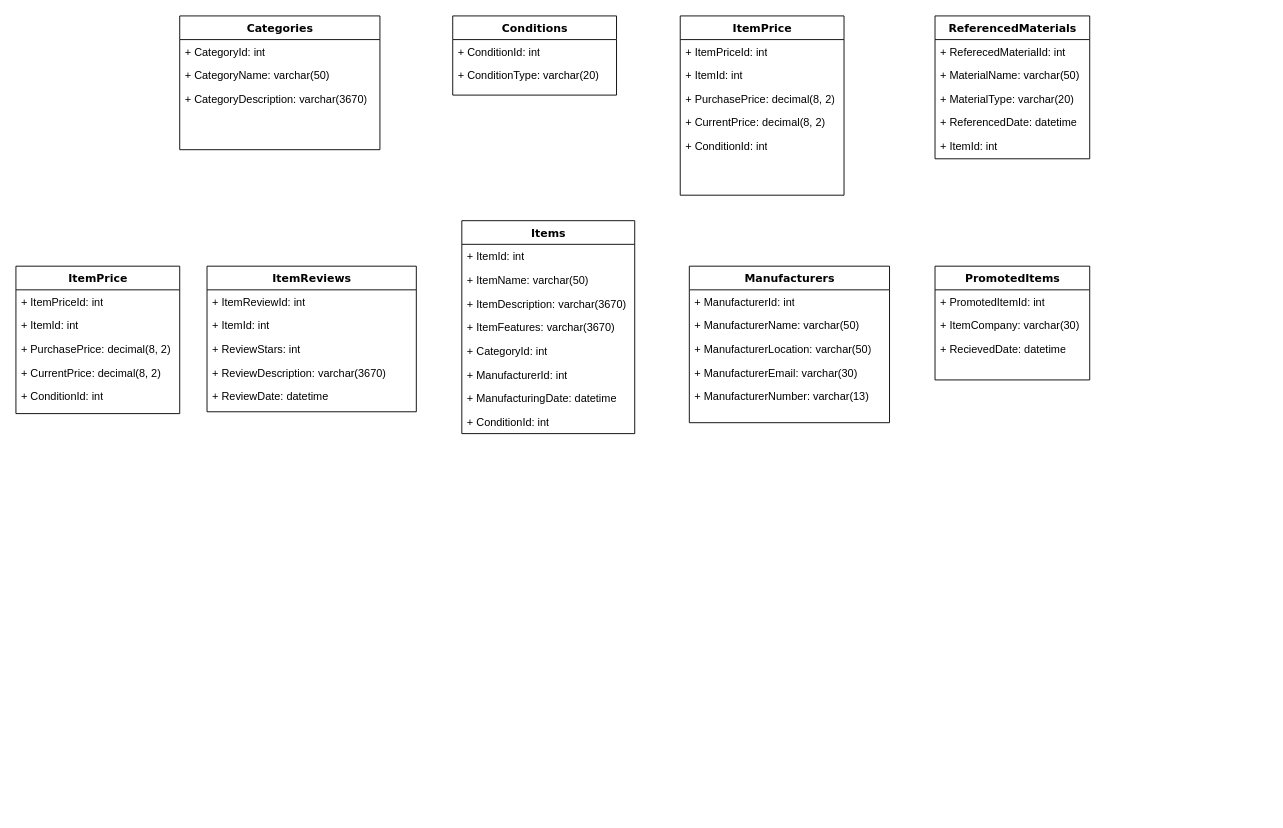
Above: physicalModel.drawio in maulikpadsala/CambrianGitDemoW21 (draw.io), before the change. Source tidied: cells renumbered, new cells numbered last; positions are measured from the earlier drawing's top-left corner, leaving out a move shared by most shapes. Both pictures are drawn from the tidied source at 91%, with x=0, y=0 at pixel (15, 15).
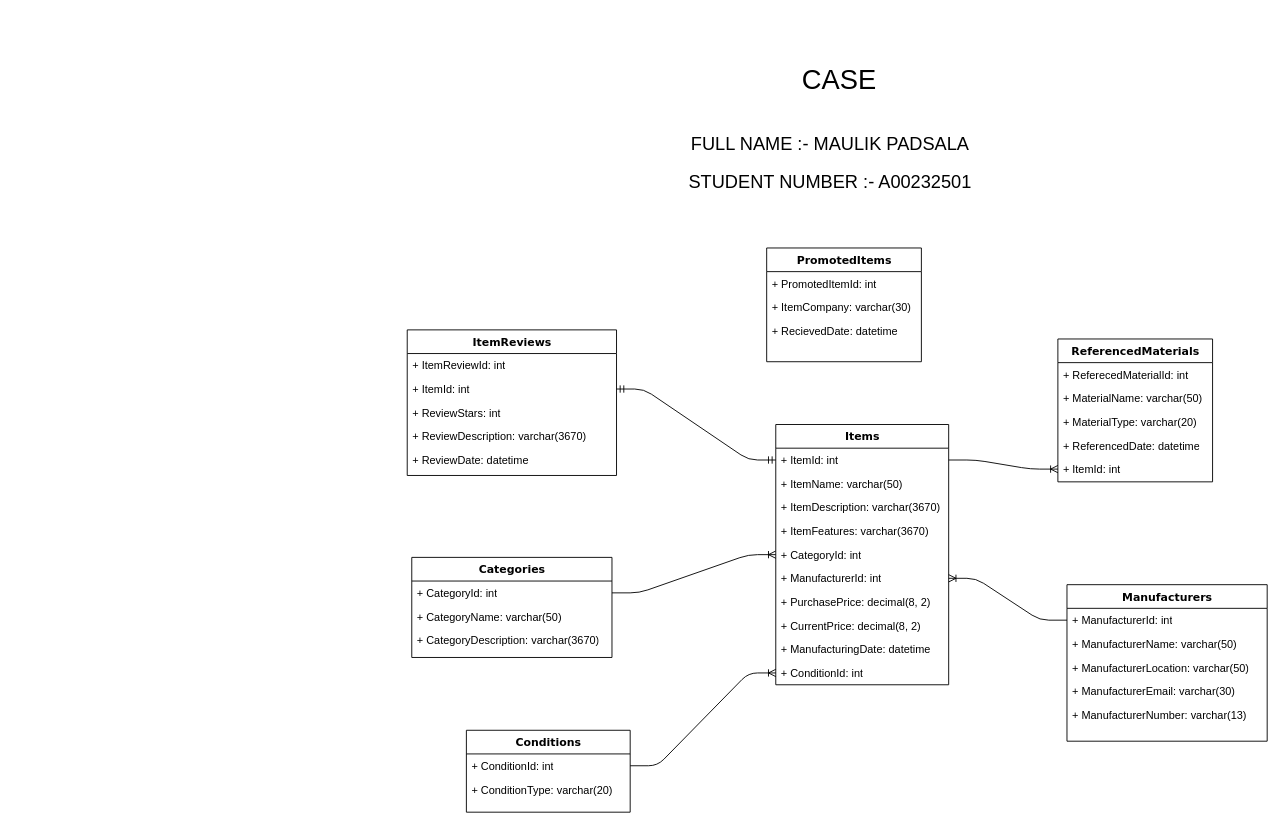
The same page after the edit.

The change refers to these unchanged cells:
```xml
<mxCell id="7" value="+ ItemId: int" style="text;html=1;strokeColor=none;fillColor=none;align=left;verticalAlign=top;spacingLeft=4;spacingRight=4;whiteSpace=wrap;overflow=hidden;points=[[0,0.5],[1,0.5]];portConstraint=eastwest;" parent="2" vertex="1">
  <mxGeometry y="130" width="170" height="26" as="geometry" />
</mxCell>
<mxCell id="9" value="+ ConditionId: int" style="text;html=1;strokeColor=none;fillColor=none;align=left;verticalAlign=top;spacingLeft=4;spacingRight=4;whiteSpace=wrap;overflow=hidden;points=[[0,0.5],[1,0.5]];portConstraint=eastwest;" parent="8" vertex="1">
  <mxGeometry y="26" width="180" height="26" as="geometry" />
</mxCell>
<mxCell id="25" value="+ ItemId: int" style="text;html=1;strokeColor=none;fillColor=none;align=left;verticalAlign=top;spacingLeft=4;spacingRight=4;whiteSpace=wrap;overflow=hidden;points=[[0,0.5],[1,0.5]];portConstraint=eastwest;" parent="23" vertex="1">
  <mxGeometry y="52" width="230" height="26" as="geometry" />
</mxCell>
<mxCell id="30" value="+ ItemId: int" style="text;html=1;strokeColor=none;fillColor=none;align=left;verticalAlign=top;spacingLeft=4;spacingRight=4;whiteSpace=wrap;overflow=hidden;points=[[0,0.5],[1,0.5]];portConstraint=eastwest;" parent="29" vertex="1">
  <mxGeometry y="26" width="190" height="26" as="geometry" />
</mxCell>
<mxCell id="34" value="+ CategoryId: int" style="text;html=1;strokeColor=none;fillColor=none;align=left;verticalAlign=top;spacingLeft=4;spacingRight=4;whiteSpace=wrap;overflow=hidden;points=[[0,0.5],[1,0.5]];portConstraint=eastwest;" parent="29" vertex="1">
  <mxGeometry y="130" width="190" height="26" as="geometry" />
</mxCell>
<mxCell id="35" value="+ ManufacturerId: int" style="text;html=1;strokeColor=none;fillColor=none;align=left;verticalAlign=top;spacingLeft=4;spacingRight=4;whiteSpace=wrap;overflow=hidden;points=[[0,0.5],[1,0.5]];portConstraint=eastwest;" parent="29" vertex="1">
  <mxGeometry y="156" width="190" height="26" as="geometry" />
</mxCell>
<mxCell id="39" value="+ ManufacturerId: int" style="text;html=1;strokeColor=none;fillColor=none;align=left;verticalAlign=top;spacingLeft=4;spacingRight=4;whiteSpace=wrap;overflow=hidden;points=[[0,0.5],[1,0.5]];portConstraint=eastwest;" parent="38" vertex="1">
  <mxGeometry y="26" width="220" height="26" as="geometry" />
</mxCell>
<mxCell id="49" value="+ CategoryId: int" style="text;html=1;strokeColor=none;fillColor=none;align=left;verticalAlign=top;spacingLeft=4;spacingRight=4;whiteSpace=wrap;overflow=hidden;points=[[0,0.5],[1,0.5]];portConstraint=eastwest;" parent="48" vertex="1">
  <mxGeometry y="26" width="220" height="26" as="geometry" />
</mxCell>
```

What changed in the source:
```diff
@@
     <mxCell id="2" value="ReferencedMaterials" style="swimlane;html=1;fontStyle=1;align=center;verticalAlign=top;horizontal=1;startSize=26;swimlaneFillColor=#ffffff;rounded=0;shadow=0;comic=0;labelBackgroundColor=none;strokeWidth=1;fillColor=none;fontFamily=Verdana;fontSize=12;" parent="1" vertex="1">
-      <mxGeometry x="1010" width="170" height="157" as="geometry" />
+      <mxGeometry x="1145" y="355" width="170" height="157" as="geometry" />
     </mxCell>
@@
     <mxCell id="8" value="Conditions" style="swimlane;html=1;fontStyle=1;align=center;verticalAlign=top;horizontal=1;startSize=26;swimlaneFillColor=#ffffff;rounded=0;shadow=0;comic=0;labelBackgroundColor=none;strokeWidth=1;fillColor=none;fontFamily=Verdana;fontSize=12;" parent="1" vertex="1">
-      <mxGeometry x="480" width="180" height="87" as="geometry" />
+      <mxGeometry x="495" y="785" width="180" height="90" as="geometry" />
     </mxCell>
@@
-    <mxCell id="11" value="ItemPrice" style="swimlane;html=1;fontStyle=1;align=center;verticalAlign=top;horizontal=1;startSize=26;swimlaneFillColor=#ffffff;rounded=0;shadow=0;comic=0;labelBackgroundColor=none;strokeWidth=1;fillColor=none;fontFamily=Verdana;fontSize=12;" parent="1" vertex="1">
-      <mxGeometry x="730" width="180" height="197" as="geometry" />
-    </mxCell>
-    <mxCell id="12" value="+ ItemPriceId: int" style="text;html=1;strokeColor=none;fillColor=none;align=left;verticalAlign=top;spacingLeft=4;spacingRight=4;whiteSpace=wrap;overflow=hidden;" parent="11" vertex="1">
-      <mxGeometry y="26" width="180" height="26" as="geometry" />
-    </mxCell>
-    <mxCell id="13" value="+ ItemId: int" style="text;html=1;strokeColor=none;fillColor=none;align=left;verticalAlign=top;spacingLeft=4;spacingRight=4;whiteSpace=wrap;overflow=hidden;" parent="11" vertex="1">
-      <mxGeometry y="52" width="180" height="26" as="geometry" />
-    </mxCell>
-    <mxCell id="14" value="+ PurchasePrice: decimal(8, 2)" style="text;html=1;strokeColor=none;fillColor=none;align=left;verticalAlign=top;spacingLeft=4;spacingRight=4;whiteSpace=wrap;overflow=hidden;" parent="11" vertex="1">
-      <mxGeometry y="78" width="180" height="26" as="geometry" />
-    </mxCell>
-    <mxCell id="15" value="+ CurrentPrice: decimal(8, 2)" style="text;html=1;strokeColor=none;fillColor=none;align=left;verticalAlign=top;spacingLeft=4;spacingRight=4;whiteSpace=wrap;overflow=hidden;" parent="11" vertex="1">
-      <mxGeometry y="104" width="180" height="26" as="geometry" />
-    </mxCell>
-    <mxCell id="16" value="+ ConditionId: int" style="text;html=1;strokeColor=none;fillColor=none;align=left;verticalAlign=top;spacingLeft=4;spacingRight=4;whiteSpace=wrap;overflow=hidden;" parent="11" vertex="1">
-      <mxGeometry y="130" width="180" height="26" as="geometry" />
-    </mxCell>
-    <mxCell id="17" value="ItemPrice" style="swimlane;html=1;fontStyle=1;align=center;verticalAlign=top;horizontal=1;startSize=26;swimlaneFillColor=#ffffff;rounded=0;shadow=0;comic=0;labelBackgroundColor=none;strokeWidth=1;fillColor=none;fontFamily=Verdana;fontSize=12;" parent="1" vertex="1">
-      <mxGeometry y="275" width="180" height="162" as="geometry" />
-    </mxCell>
-    <mxCell id="18" value="+ ItemPriceId: int" style="text;html=1;strokeColor=none;fillColor=none;align=left;verticalAlign=top;spacingLeft=4;spacingRight=4;whiteSpace=wrap;overflow=hidden;" parent="17" vertex="1">
-      <mxGeometry y="26" width="180" height="26" as="geometry" />
-    </mxCell>
-    <mxCell id="19" value="+ ItemId: int" style="text;html=1;strokeColor=none;fillColor=none;align=left;verticalAlign=top;spacingLeft=4;spacingRight=4;whiteSpace=wrap;overflow=hidden;" parent="17" vertex="1">
-      <mxGeometry y="52" width="180" height="26" as="geometry" />
-    </mxCell>
-    <mxCell id="20" value="+ PurchasePrice: decimal(8, 2)" style="text;html=1;strokeColor=none;fillColor=none;align=left;verticalAlign=top;spacingLeft=4;spacingRight=4;whiteSpace=wrap;overflow=hidden;" parent="17" vertex="1">
-      <mxGeometry y="78" width="180" height="26" as="geometry" />
-    </mxCell>
-    <mxCell id="21" value="+ CurrentPrice: decimal(8, 2)" style="text;html=1;strokeColor=none;fillColor=none;align=left;verticalAlign=top;spacingLeft=4;spacingRight=4;whiteSpace=wrap;overflow=hidden;" parent="17" vertex="1">
-      <mxGeometry y="104" width="180" height="26" as="geometry" />
-    </mxCell>
-    <mxCell id="22" value="+ ConditionId: int" style="text;html=1;strokeColor=none;fillColor=none;align=left;verticalAlign=top;spacingLeft=4;spacingRight=4;whiteSpace=wrap;overflow=hidden;" parent="17" vertex="1">
-      <mxGeometry y="130" width="180" height="26" as="geometry" />
-    </mxCell>
     <mxCell id="23" value="ItemReviews" style="swimlane;html=1;fontStyle=1;align=center;verticalAlign=top;horizontal=1;startSize=26;swimlaneFillColor=#ffffff;rounded=0;shadow=0;comic=0;labelBackgroundColor=none;strokeWidth=1;fillColor=none;fontFamily=Verdana;fontSize=12;" parent="1" vertex="1">
-      <mxGeometry x="210" y="275" width="230" height="160" as="geometry" />
+      <mxGeometry x="430" y="345" width="230" height="160" as="geometry" />
     </mxCell>
@@
     <mxCell id="29" value="Items" style="swimlane;html=1;fontStyle=1;align=center;verticalAlign=top;horizontal=1;startSize=26;swimlaneFillColor=#ffffff;rounded=0;shadow=0;comic=0;labelBackgroundColor=none;strokeWidth=1;fillColor=none;fontFamily=Verdana;fontSize=12;" parent="1" vertex="1">
-      <mxGeometry x="490" y="225" width="190" height="234" as="geometry" />
+      <mxGeometry x="835" y="449" width="190" height="286" as="geometry" />
     </mxCell>
@@
+    <mxCell id="14" value="+ PurchasePrice: decimal(8, 2)" style="text;html=1;strokeColor=none;fillColor=none;align=left;verticalAlign=top;spacingLeft=4;spacingRight=4;whiteSpace=wrap;overflow=hidden;" parent="29" vertex="1">
+      <mxGeometry y="182" width="190" height="26" as="geometry" />
+    </mxCell>
+    <mxCell id="15" value="+ CurrentPrice: decimal(8, 2)" style="text;html=1;strokeColor=none;fillColor=none;align=left;verticalAlign=top;spacingLeft=4;spacingRight=4;whiteSpace=wrap;overflow=hidden;" parent="29" vertex="1">
+      <mxGeometry y="208" width="190" height="26" as="geometry" />
+    </mxCell>
     <mxCell id="36" value="+ ManufacturingDate: datetime" style="text;html=1;strokeColor=none;fillColor=none;align=left;verticalAlign=top;spacingLeft=4;spacingRight=4;whiteSpace=wrap;overflow=hidden;" parent="29" vertex="1">
-      <mxGeometry y="182" width="190" height="26" as="geometry" />
+      <mxGeometry y="234" width="190" height="26" as="geometry" />
     </mxCell>
     <mxCell id="37" value="+ ConditionId: int" style="text;html=1;strokeColor=none;fillColor=none;align=left;verticalAlign=top;spacingLeft=4;spacingRight=4;whiteSpace=wrap;overflow=hidden;points=[[0,0.5],[1,0.5]];portConstraint=eastwest;" parent="29" vertex="1">
-      <mxGeometry y="208" width="190" height="26" as="geometry" />
+      <mxGeometry y="260" width="190" height="26" as="geometry" />
     </mxCell>
     <mxCell id="38" value="Manufacturers" style="swimlane;html=1;fontStyle=1;align=center;verticalAlign=top;horizontal=1;startSize=26;swimlaneFillColor=#ffffff;rounded=0;shadow=0;comic=0;labelBackgroundColor=none;strokeWidth=1;fillColor=none;fontFamily=Verdana;fontSize=12;" parent="1" vertex="1">
-      <mxGeometry x="740" y="275" width="220" height="172" as="geometry" />
+      <mxGeometry x="1155" y="625" width="220" height="172" as="geometry" />
     </mxCell>
@@
     <mxCell id="44" value="PromotedItems" style="swimlane;html=1;fontStyle=1;align=center;verticalAlign=top;horizontal=1;startSize=26;swimlaneFillColor=#ffffff;rounded=0;shadow=0;comic=0;labelBackgroundColor=none;strokeWidth=1;fillColor=none;fontFamily=Verdana;fontSize=12;" parent="1" vertex="1">
-      <mxGeometry x="1010" y="275" width="170" height="125" as="geometry" />
+      <mxGeometry x="825" y="255" width="170" height="125" as="geometry" />
     </mxCell>
@@
     <mxCell id="48" value="Categories" style="swimlane;html=1;fontStyle=1;align=center;verticalAlign=top;horizontal=1;startSize=26;swimlaneFillColor=#ffffff;rounded=0;shadow=0;comic=0;labelBackgroundColor=none;strokeWidth=1;fillColor=none;fontFamily=Verdana;fontSize=12;" parent="1" vertex="1">
-      <mxGeometry x="180" width="220" height="147" as="geometry" />
+      <mxGeometry x="435" y="595" width="220" height="110" as="geometry" />
     </mxCell>
@@
+    <mxCell id="52" style="edgeStyle=entityRelationEdgeStyle;fontSize=12;html=1;endArrow=ERmandOne;startArrow=ERmandOne;" parent="1" edge="1" source="25" target="30">
+      <mxGeometry relative="1" as="geometry" />
+    </mxCell>
+    <mxCell id="53" style="edgeStyle=entityRelationEdgeStyle;fontSize=12;html=1;endArrow=ERoneToMany;entryX=0;entryY=0.5;entryDx=0;entryDy=0;" parent="1" edge="1" source="9" target="37">
+      <mxGeometry relative="1" as="geometry" />
+    </mxCell>
+    <mxCell id="54" style="edgeStyle=entityRelationEdgeStyle;fontSize=12;html=1;endArrow=ERoneToMany;exitX=1;exitY=0.5;exitDx=0;exitDy=0;entryX=0;entryY=0.5;entryDx=0;entryDy=0;" parent="1" edge="1" source="49" target="34">
+      <mxGeometry relative="1" as="geometry" />
+    </mxCell>
+    <mxCell id="55" style="edgeStyle=entityRelationEdgeStyle;fontSize=12;html=1;endArrow=ERoneToMany;exitX=1;exitY=0.5;exitDx=0;exitDy=0;entryX=0;entryY=0.5;entryDx=0;entryDy=0;" parent="1" edge="1" source="30" target="7">
+      <mxGeometry relative="1" as="geometry" />
+    </mxCell>
+    <mxCell id="56" style="edgeStyle=entityRelationEdgeStyle;fontSize=12;html=1;endArrow=ERoneToMany;exitX=0;exitY=0.5;exitDx=0;exitDy=0;entryX=1;entryY=0.5;entryDx=0;entryDy=0;" parent="1" edge="1" source="39" target="35">
+      <mxGeometry relative="1" as="geometry" />
+    </mxCell>
+    <mxCell id="57" value="&lt;font style=&quot;font-size: 20px&quot;&gt;FULL NAME :- MAULIK PADSALA&lt;/font&gt;" style="text;html=1;strokeColor=none;fillColor=none;align=center;verticalAlign=middle;whiteSpace=wrap;rounded=0;" parent="1" vertex="1">
+      <mxGeometry x="690" y="110" width="410" height="60" as="geometry" />
+    </mxCell>
+    <mxCell id="58" value="&lt;font style=&quot;font-size: 20px&quot;&gt;&lt;br&gt;STUDENT NUMBER :- A00232501&lt;/font&gt;" style="text;html=1;strokeColor=none;fillColor=none;align=center;verticalAlign=middle;whiteSpace=wrap;rounded=0;" parent="1" vertex="1">
+      <mxGeometry x="720" y="130" width="350" height="80" as="geometry" />
+    </mxCell>
+    <mxCell id="59" value="&lt;font style=&quot;font-size: 30px&quot;&gt;CASE&lt;/font&gt;" style="text;html=1;strokeColor=none;fillColor=none;align=center;verticalAlign=middle;whiteSpace=wrap;rounded=0;" parent="1" vertex="1">
+      <mxGeometry x="730" y="30" width="350" height="80" as="geometry" />
+    </mxCell>
```
